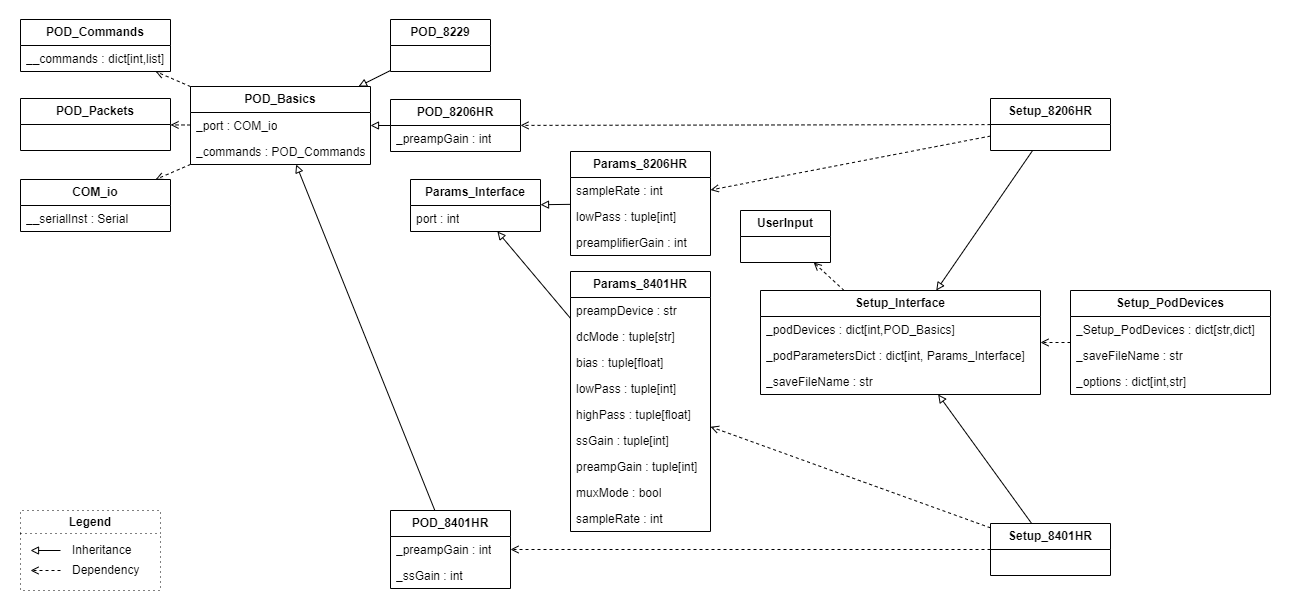
This is Documents/Diagrams/UML-class-diagram.png from Pinnacle-Technology-Inc/Morelia, a draw.io export, as it was before one commit. Source tidied: cells renumbered, new cells last; positions are measured from the earlier drawing's top-left corner, leaving out a move shared by most shapes.
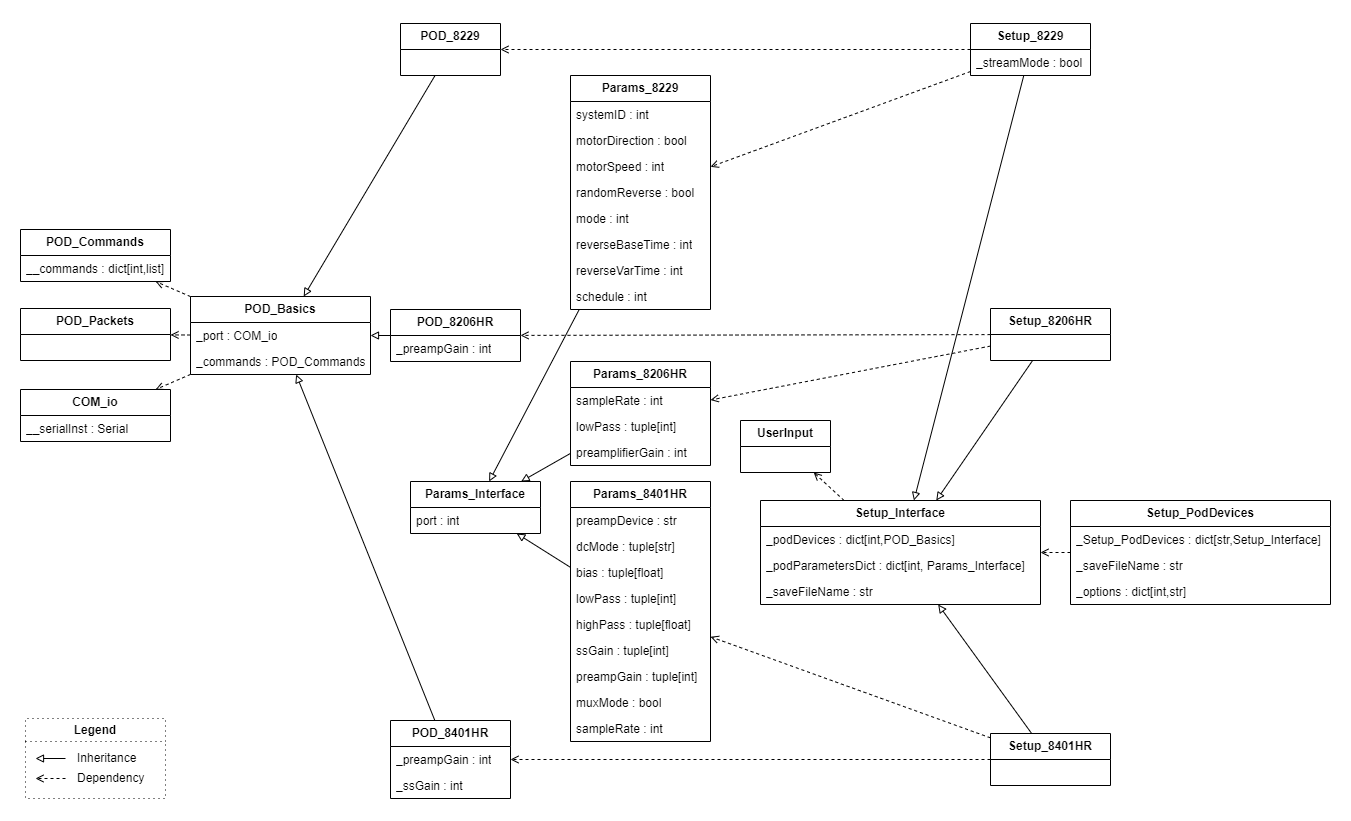
After the change.

What changed in the source:
```diff
@@ -3,7 +3,7 @@
     <mxCell id="0" />
     <mxCell id="1" parent="0" />
     <mxCell id="2" style="rounded=0;whiteSpace=wrap;html=1;strokeColor=#FFFFFF;" parent="1" vertex="1">
-      <mxGeometry width="1290" height="610" as="geometry" />
+      <mxGeometry y="-210" width="1350" height="820" as="geometry" />
     </mxCell>
     <mxCell id="3" value="&lt;b&gt;POD_Commands&lt;/b&gt;" style="swimlane;fontStyle=0;horizontal=1;startSize=26;fillColor=none;whiteSpace=wrap;html=1;" parent="1" vertex="1">
       <mxGeometry x="20" y="19" width="150" height="52" as="geometry" />
@@ -30,16 +30,16 @@
       <mxGeometry y="26" width="150" height="26" as="geometry" />
     </mxCell>
     <mxCell id="11" value="Setup_PodDevices" style="swimlane;fontStyle=1;horizontal=1;startSize=26;fillColor=none;whiteSpace=wrap;html=1;" parent="1" vertex="1">
-      <mxGeometry x="1070" y="290" width="200" height="104" as="geometry" />
+      <mxGeometry x="1070" y="290" width="260" height="104" as="geometry" />
     </mxCell>
-    <mxCell id="12" value="_Setup_PodDevices : dict[str,dict&lt;span style=&quot;background-color: initial;&quot;&gt;]&amp;nbsp;&lt;/span&gt;" style="text;strokeColor=none;fillColor=none;align=left;verticalAlign=top;spacingLeft=4;spacingRight=4;overflow=hidden;whiteSpace=wrap;html=1;shadow=1;" parent="11" vertex="1">
-      <mxGeometry y="26" width="200" height="26" as="geometry" />
+    <mxCell id="12" value="_Setup_PodDevices : dict[str,Setup_Interface&lt;span style=&quot;background-color: initial;&quot;&gt;]&amp;nbsp;&lt;/span&gt;" style="text;strokeColor=none;fillColor=none;align=left;verticalAlign=top;spacingLeft=4;spacingRight=4;overflow=hidden;whiteSpace=wrap;html=1;shadow=1;" parent="11" vertex="1">
+      <mxGeometry y="26" width="260" height="26" as="geometry" />
     </mxCell>
     <mxCell id="13" value="_saveFileName : str" style="text;strokeColor=none;fillColor=none;align=left;verticalAlign=top;spacingLeft=4;spacingRight=4;overflow=hidden;whiteSpace=wrap;html=1;" parent="11" vertex="1">
-      <mxGeometry y="52" width="200" height="26" as="geometry" />
+      <mxGeometry y="52" width="260" height="26" as="geometry" />
     </mxCell>
     <mxCell id="14" value="_options : dict[int,str]" style="text;strokeColor=none;fillColor=none;align=left;verticalAlign=top;spacingLeft=4;spacingRight=4;overflow=hidden;whiteSpace=wrap;html=1;" parent="11" vertex="1">
-      <mxGeometry y="78" width="200" height="26" as="geometry" />
+      <mxGeometry y="78" width="260" height="26" as="geometry" />
     </mxCell>
     <mxCell id="15" value="Setup_Interface" style="swimlane;fontStyle=1;horizontal=1;startSize=26;fillColor=none;whiteSpace=wrap;html=1;" parent="1" vertex="1">
       <mxGeometry x="760" y="290" width="280" height="104" as="geometry" />
@@ -60,7 +60,7 @@
       <mxGeometry y="26" width="130" height="26" as="geometry" />
     </mxCell>
     <mxCell id="21" value="Legend" style="swimlane;whiteSpace=wrap;html=1;gradientColor=none;dashed=1;dashPattern=1 4;" parent="1" vertex="1">
-      <mxGeometry x="20" y="510" width="140" height="80" as="geometry" />
+      <mxGeometry x="25" y="508" width="140" height="80" as="geometry" />
     </mxCell>
     <mxCell id="22" value="Inheritance" style="text;html=1;strokeColor=none;fillColor=none;align=left;verticalAlign=middle;whiteSpace=wrap;rounded=0;" parent="21" vertex="1">
       <mxGeometry x="50" y="30" width="80" height="20" as="geometry" />
@@ -162,7 +162,7 @@
       <mxGeometry relative="1" as="geometry" />
     </mxCell>
     <mxCell id="53" value="Params_Interface" style="swimlane;fontStyle=1;horizontal=1;startSize=26;fillColor=none;whiteSpace=wrap;html=1;" parent="1" vertex="1">
-      <mxGeometry x="410" y="179" width="130" height="52" as="geometry" />
+      <mxGeometry x="410" y="271" width="130" height="52" as="geometry" />
     </mxCell>
     <mxCell id="54" value="port : int" style="text;strokeColor=none;fillColor=none;align=left;verticalAlign=top;spacingLeft=4;spacingRight=4;overflow=hidden;whiteSpace=wrap;html=1;" parent="53" vertex="1">
       <mxGeometry y="26" width="130" height="26" as="geometry" />
@@ -192,10 +192,55 @@
       <mxGeometry relative="1" as="geometry" />
     </mxCell>
     <mxCell id="63" value="POD_8229" style="swimlane;fontStyle=1;horizontal=1;startSize=26;fillColor=none;whiteSpace=wrap;html=1;" parent="1" vertex="1">
-      <mxGeometry x="390" y="19" width="100" height="52" as="geometry" />
+      <mxGeometry x="400" y="-187" width="100" height="52" as="geometry" />
     </mxCell>
     <mxCell id="64" style="endArrow=block;html=1;endFill=0;" parent="1" edge="1" source="63" target="26">
       <mxGeometry relative="1" as="geometry" />
     </mxCell>
+    <mxCell id="65" value="Params_8229&lt;span style=&quot;color: rgb(230, 237, 243); font-family: ui-monospace, SFMono-Regular, &amp;quot;SF Mono&amp;quot;, Menlo, Consolas, &amp;quot;Liberation Mono&amp;quot;, monospace; font-weight: 400; text-align: start; background-color: rgba(46, 160, 67, 0.15);&quot;&gt; &lt;/span&gt;" style="swimlane;fontStyle=1;horizontal=1;startSize=26;fillColor=none;whiteSpace=wrap;html=1;" parent="1" vertex="1">
+      <mxGeometry x="570" y="-135" width="140" height="234" as="geometry" />
+    </mxCell>
+    <mxCell id="66" value="systemID : int&lt;br&gt;" style="text;strokeColor=none;fillColor=none;align=left;verticalAlign=top;spacingLeft=4;spacingRight=4;overflow=hidden;whiteSpace=wrap;html=1;" parent="65" vertex="1">
+      <mxGeometry y="26" width="140" height="26" as="geometry" />
+    </mxCell>
+    <mxCell id="67" value="motorDirection : bool" style="text;strokeColor=none;fillColor=none;align=left;verticalAlign=top;spacingLeft=4;spacingRight=4;overflow=hidden;whiteSpace=wrap;html=1;" parent="65" vertex="1">
+      <mxGeometry y="52" width="140" height="26" as="geometry" />
+    </mxCell>
+    <mxCell id="68" value="motorSpeed : int" style="text;strokeColor=none;fillColor=none;align=left;verticalAlign=top;spacingLeft=4;spacingRight=4;overflow=hidden;whiteSpace=wrap;html=1;" parent="65" vertex="1">
+      <mxGeometry y="78" width="140" height="26" as="geometry" />
+    </mxCell>
+    <mxCell id="69" value="randomReverse : bool" style="text;strokeColor=none;fillColor=none;align=left;verticalAlign=top;spacingLeft=4;spacingRight=4;overflow=hidden;whiteSpace=wrap;html=1;" parent="65" vertex="1">
+      <mxGeometry y="104" width="140" height="26" as="geometry" />
+    </mxCell>
+    <mxCell id="70" value="mode : int" style="text;strokeColor=none;fillColor=none;align=left;verticalAlign=top;spacingLeft=4;spacingRight=4;overflow=hidden;whiteSpace=wrap;html=1;" parent="65" vertex="1">
+      <mxGeometry y="130" width="140" height="26" as="geometry" />
+    </mxCell>
+    <mxCell id="71" value="reverseBaseTime : int" style="text;strokeColor=none;fillColor=none;align=left;verticalAlign=top;spacingLeft=4;spacingRight=4;overflow=hidden;whiteSpace=wrap;html=1;" parent="65" vertex="1">
+      <mxGeometry y="156" width="140" height="26" as="geometry" />
+    </mxCell>
+    <mxCell id="72" value="reverseVarTime : int" style="text;strokeColor=none;fillColor=none;align=left;verticalAlign=top;spacingLeft=4;spacingRight=4;overflow=hidden;whiteSpace=wrap;html=1;" parent="65" vertex="1">
+      <mxGeometry y="182" width="140" height="26" as="geometry" />
+    </mxCell>
+    <mxCell id="73" value="schedule : int" style="text;strokeColor=none;fillColor=none;align=left;verticalAlign=top;spacingLeft=4;spacingRight=4;overflow=hidden;whiteSpace=wrap;html=1;" parent="65" vertex="1">
+      <mxGeometry y="208" width="140" height="26" as="geometry" />
+    </mxCell>
+    <mxCell id="74" style="endArrow=block;html=1;endFill=0;" parent="1" edge="1" source="65" target="53">
+      <mxGeometry relative="1" as="geometry" />
+    </mxCell>
+    <mxCell id="75" value="Setup_8229" style="swimlane;fontStyle=1;horizontal=1;startSize=26;fillColor=none;whiteSpace=wrap;html=1;" parent="1" vertex="1">
+      <mxGeometry x="970" y="-187" width="120" height="52" as="geometry" />
+    </mxCell>
+    <mxCell id="76" value="_streamMode : bool" style="text;strokeColor=none;fillColor=none;align=left;verticalAlign=top;spacingLeft=4;spacingRight=4;overflow=hidden;whiteSpace=wrap;html=1;" parent="75" vertex="1">
+      <mxGeometry y="26" width="120" height="26" as="geometry" />
+    </mxCell>
+    <mxCell id="77" style="endArrow=open;html=1;endFill=0;dashed=1;" parent="1" edge="1" source="75" target="63">
+      <mxGeometry relative="1" as="geometry" />
+    </mxCell>
+    <mxCell id="78" style="endArrow=open;html=1;endFill=0;dashed=1;" parent="1" edge="1" source="75" target="65">
+      <mxGeometry relative="1" as="geometry" />
+    </mxCell>
+    <mxCell id="79" style="endArrow=block;html=1;endFill=0;" parent="1" edge="1" source="75" target="15">
+      <mxGeometry relative="1" as="geometry" />
+    </mxCell>
   </root>
 </mxGraphModel>
```
